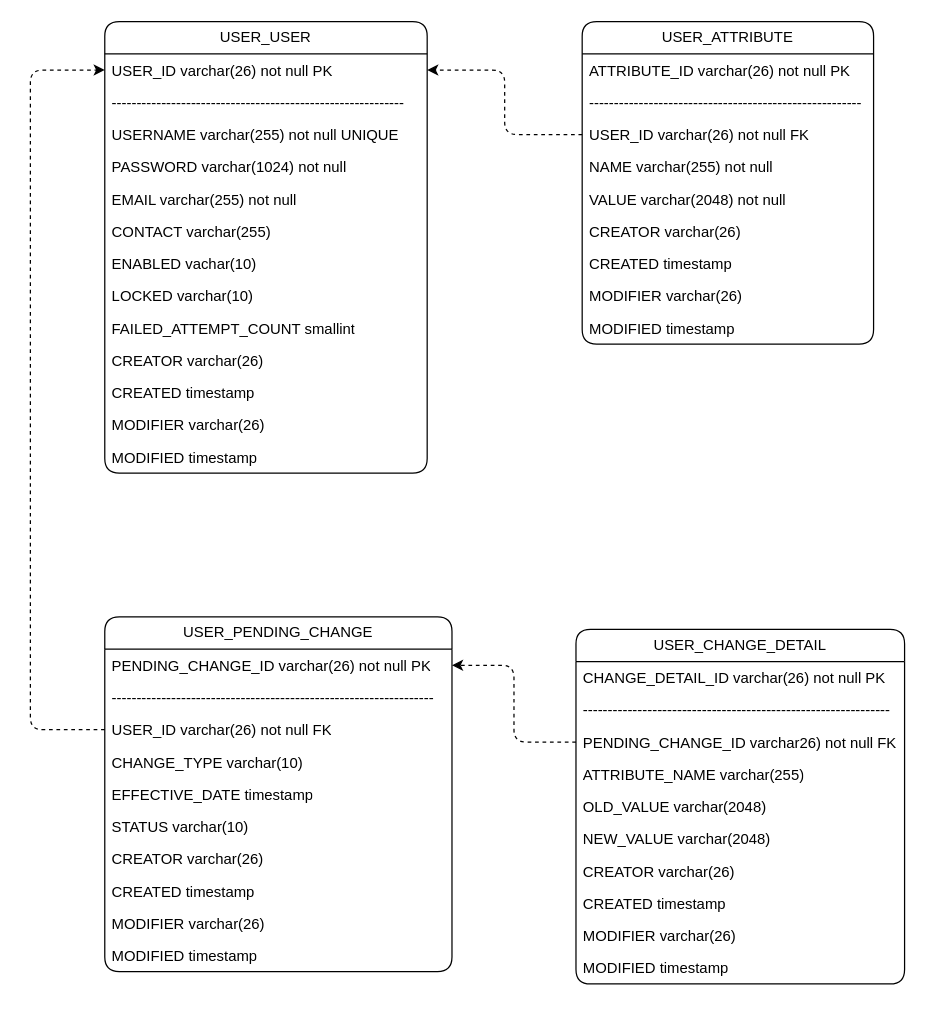
ohhoonim/demo-user keeps this draw.io diagram as page "스키마" (3 of 3) of model/회원관리.drawio. Above is the earlier version. Source tidied: cells renumbered, new cells numbered last; positions are measured from the earlier drawing's top-left corner, leaving out a move shared by most shapes. Both pictures are drawn from the tidied source at 124%, with x=0, y=0 at pixel (30, 21).
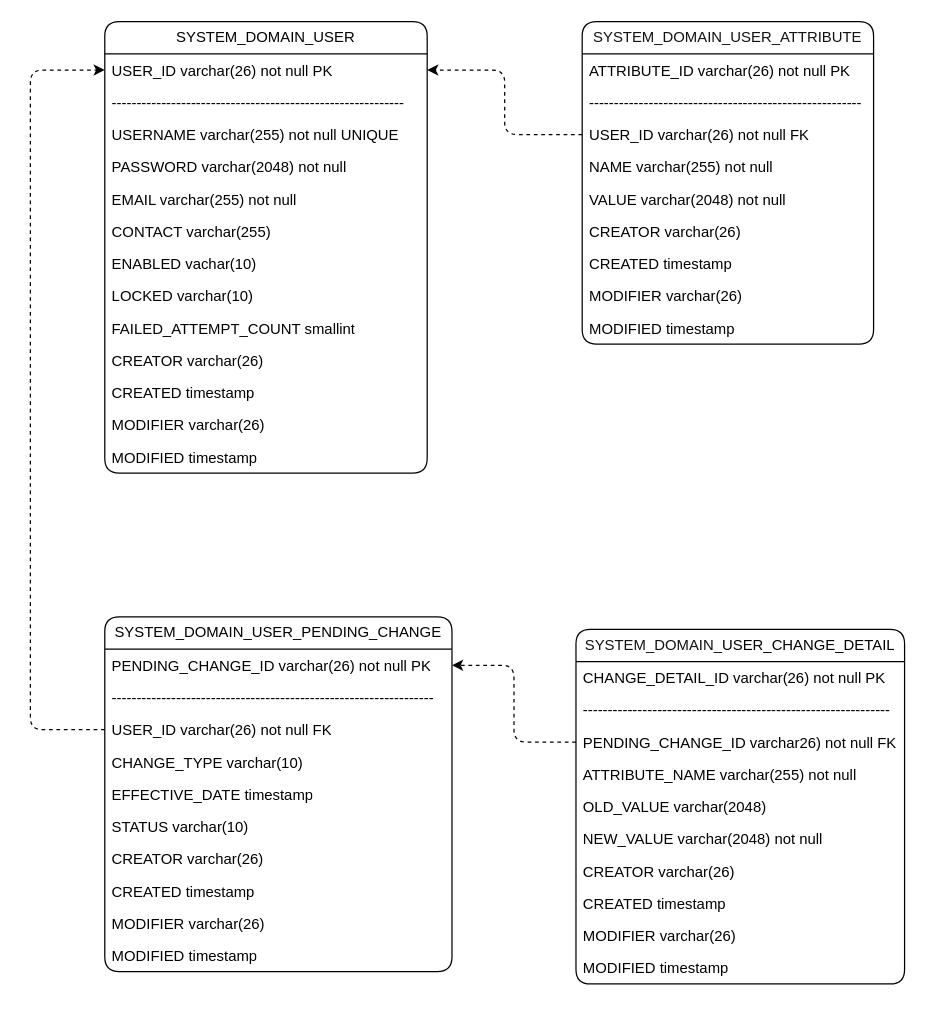
Above is the later version.

What changed in the source:
```diff
@@
-    <mxCell id="2" value="USER_USER" style="swimlane;fontStyle=0;horizontal=1;startSize=26;fillColor=none;whiteSpace=wrap;html=1;rounded=1;labelBackgroundColor=none;" parent="1" vertex="1">
+    <mxCell id="2" value="SYSTEM_DOMAIN_USER" style="swimlane;fontStyle=0;horizontal=1;startSize=26;fillColor=none;whiteSpace=wrap;html=1;rounded=1;labelBackgroundColor=none;" parent="1" vertex="1">
       <mxGeometry x="60" width="260" height="364" as="geometry" />
     </mxCell>
@@
-    <mxCell id="6" value="PASSWORD varchar(1024) not null" style="text;strokeColor=none;fillColor=none;align=left;verticalAlign=top;spacingLeft=4;spacingRight=4;overflow=hidden;whiteSpace=wrap;html=1;labelBackgroundColor=none;rounded=1;" parent="2" vertex="1">
+    <mxCell id="6" value="PASSWORD varchar(2048) not null" style="text;strokeColor=none;fillColor=none;align=left;verticalAlign=top;spacingLeft=4;spacingRight=4;overflow=hidden;whiteSpace=wrap;html=1;labelBackgroundColor=none;rounded=1;" parent="2" vertex="1">
       <mxGeometry y="104" width="260" height="26" as="geometry" />
     </mxCell>
@@
-    <mxCell id="16" value="USER_PENDING_CHANGE" style="swimlane;fontStyle=0;horizontal=1;startSize=26;fillColor=none;whiteSpace=wrap;html=1;rounded=1;labelBackgroundColor=none;" parent="1" vertex="1">
+    <mxCell id="16" value="SYSTEM_DOMAIN_USER_PENDING_CHANGE" style="swimlane;fontStyle=0;horizontal=1;startSize=26;fillColor=none;whiteSpace=wrap;html=1;rounded=1;labelBackgroundColor=none;" parent="1" vertex="1">
       <mxGeometry x="60" y="480" width="280" height="286" as="geometry" />
     </mxCell>
@@
-    <mxCell id="27" value="USER_CHANGE_DETAIL" style="swimlane;fontStyle=0;horizontal=1;startSize=26;fillColor=none;whiteSpace=wrap;html=1;rounded=1;labelBackgroundColor=none;" parent="1" vertex="1">
+    <mxCell id="27" value="&lt;font color=&quot;#121212&quot;&gt;SYSTEM_DOMAIN_&lt;/font&gt;USER_CHANGE_DETAIL" style="swimlane;fontStyle=0;horizontal=1;startSize=26;fillColor=none;whiteSpace=wrap;html=1;rounded=1;labelBackgroundColor=none;" parent="1" vertex="1">
       <mxGeometry x="440" y="490" width="265" height="286" as="geometry" />
     </mxCell>
@@
-    <mxCell id="31" value="ATTRIBUTE_NAME varchar(255)" style="text;strokeColor=none;fillColor=none;align=left;verticalAlign=top;spacingLeft=4;spacingRight=4;overflow=hidden;whiteSpace=wrap;html=1;labelBackgroundColor=none;rounded=1;" parent="27" vertex="1">
+    <mxCell id="31" value="ATTRIBUTE_NAME varchar(255) not null" style="text;strokeColor=none;fillColor=none;align=left;verticalAlign=top;spacingLeft=4;spacingRight=4;overflow=hidden;whiteSpace=wrap;html=1;labelBackgroundColor=none;rounded=1;" parent="27" vertex="1">
       <mxGeometry y="104" width="265" height="26" as="geometry" />
     </mxCell>
@@
-    <mxCell id="33" value="NEW_VALUE varchar(2048)" style="text;strokeColor=none;fillColor=none;align=left;verticalAlign=top;spacingLeft=4;spacingRight=4;overflow=hidden;whiteSpace=wrap;html=1;labelBackgroundColor=none;rounded=1;" parent="27" vertex="1">
+    <mxCell id="33" value="NEW_VALUE varchar(2048) not null" style="text;strokeColor=none;fillColor=none;align=left;verticalAlign=top;spacingLeft=4;spacingRight=4;overflow=hidden;whiteSpace=wrap;html=1;labelBackgroundColor=none;rounded=1;" parent="27" vertex="1">
       <mxGeometry y="156" width="265" height="26" as="geometry" />
     </mxCell>
@@
-    <mxCell id="38" value="USER_ATTRIBUTE" style="swimlane;fontStyle=0;horizontal=1;startSize=26;fillColor=none;whiteSpace=wrap;html=1;rounded=1;labelBackgroundColor=none;" parent="1" vertex="1">
+    <mxCell id="38" value="&lt;font color=&quot;#121212&quot;&gt;SYSTEM_DOMAIN_USER_ATTRIBUTE&lt;/font&gt;" style="swimlane;fontStyle=0;horizontal=1;startSize=26;fillColor=none;whiteSpace=wrap;html=1;rounded=1;labelBackgroundColor=none;" parent="1" vertex="1">
       <mxGeometry x="445" width="235" height="260" as="geometry" />
     </mxCell>
```
